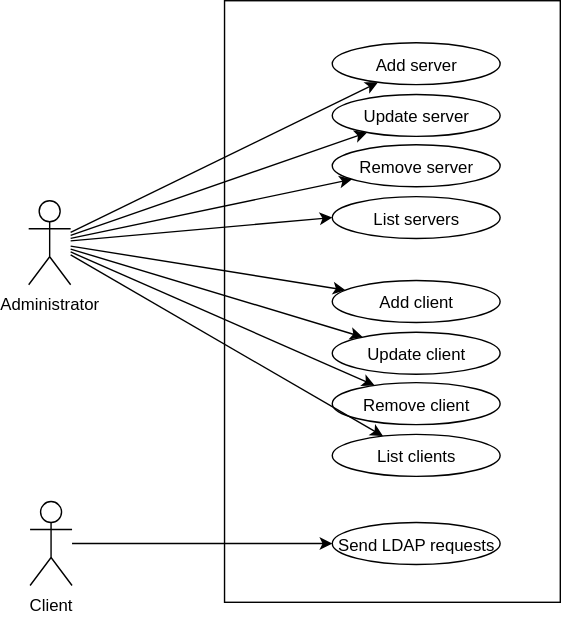
This is reports/usecase.drawio.svg from eutampieri/ldap-proxy, a draw.io export, as it was before one commit. Source tidied: cells renumbered, new cells last; positions are measured from the earlier drawing's top-left corner, leaving out a move shared by most shapes.
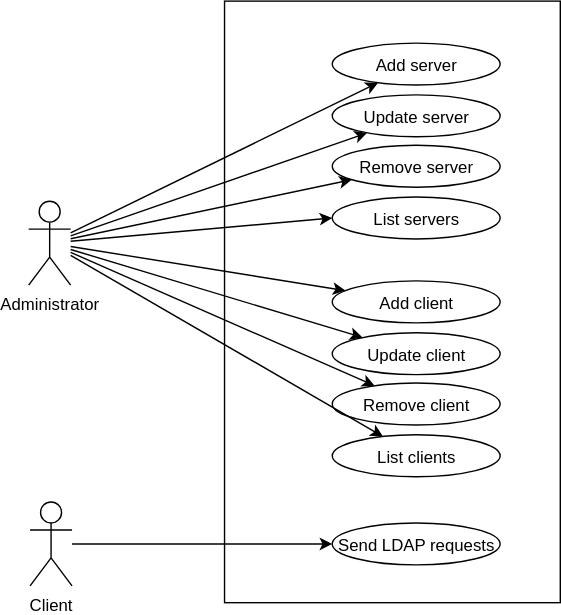
The same file after the commit.

The edit, as a diff of the source:
```diff
@@ -2,19 +2,19 @@
   <root>
     <mxCell id="0" />
     <mxCell id="1" parent="0" />
-    <mxCell id="2" style="rounded=0;whiteSpace=wrap;html=1;" parent="1" vertex="1">
+    <mxCell id="2" style="rounded=0;whiteSpace=wrap;html=1;convertToSvg=1;" parent="1" vertex="1">
       <mxGeometry x="140" width="240" height="430" as="geometry" />
     </mxCell>
-    <mxCell id="3" style="rounded=0;jettySize=auto;html=1;" parent="1" edge="1" source="7" target="8">
+    <mxCell id="3" style="rounded=0;jettySize=auto;html=1;convertToSvg=1;" parent="1" edge="1" source="7" target="8">
       <mxGeometry relative="1" as="geometry" />
     </mxCell>
-    <mxCell id="4" style="rounded=0;jettySize=auto;html=1;" parent="1" edge="1" source="7" target="9">
+    <mxCell id="4" style="rounded=0;jettySize=auto;html=1;convertToSvg=1;" parent="1" edge="1" source="7" target="9">
       <mxGeometry relative="1" as="geometry" />
     </mxCell>
-    <mxCell id="5" style="rounded=0;jettySize=auto;html=1;" parent="1" edge="1" source="7" target="10">
+    <mxCell id="5" style="rounded=0;jettySize=auto;html=1;convertToSvg=1;" parent="1" edge="1" source="7" target="10">
       <mxGeometry relative="1" as="geometry" />
     </mxCell>
-    <mxCell id="6" style="rounded=0;jettySize=auto;html=1;entryX=0;entryY=0.5;entryDx=0;entryDy=0;" parent="1" edge="1" source="7" target="11">
+    <mxCell id="6" style="rounded=0;jettySize=auto;html=1;entryX=0;entryY=0.5;entryDx=0;entryDy=0;convertToSvg=1;" parent="1" edge="1" source="7" target="11">
       <mxGeometry relative="1" as="geometry" />
     </mxCell>
     <mxCell id="7" value="Administrator" style="shape=umlActor;verticalLabelPosition=bottom;verticalAlign=top;html=1;convertToSvg=1;" parent="1" vertex="1">
@@ -44,19 +44,19 @@
     <mxCell id="15" value="List clients" style="ellipse;whiteSpace=wrap;html=1;convertToSvg=1;" parent="1" vertex="1">
       <mxGeometry x="217" y="310" width="120" height="30" as="geometry" />
     </mxCell>
-    <mxCell id="16" style="rounded=0;jettySize=auto;html=1;" parent="1" edge="1" source="7" target="12">
+    <mxCell id="16" style="rounded=0;jettySize=auto;html=1;convertToSvg=1;" parent="1" edge="1" source="7" target="12">
       <mxGeometry relative="1" as="geometry" />
     </mxCell>
-    <mxCell id="17" style="rounded=0;jettySize=auto;html=1;" parent="1" edge="1" source="7" target="13">
+    <mxCell id="17" style="rounded=0;jettySize=auto;html=1;convertToSvg=1;" parent="1" edge="1" source="7" target="13">
       <mxGeometry relative="1" as="geometry" />
     </mxCell>
-    <mxCell id="18" style="rounded=0;jettySize=auto;html=1;" parent="1" edge="1" source="7" target="14">
+    <mxCell id="18" style="rounded=0;jettySize=auto;html=1;convertToSvg=1;" parent="1" edge="1" source="7" target="14">
       <mxGeometry relative="1" as="geometry" />
     </mxCell>
-    <mxCell id="19" style="rounded=0;jettySize=auto;html=1;" parent="1" edge="1" source="7" target="15">
+    <mxCell id="19" style="rounded=0;jettySize=auto;html=1;convertToSvg=1;" parent="1" edge="1" source="7" target="15">
       <mxGeometry relative="1" as="geometry" />
     </mxCell>
-    <mxCell id="20" style="edgeStyle=orthogonalEdgeStyle;rounded=0;jettySize=auto;html=1;" parent="1" edge="1" source="22" target="21">
+    <mxCell id="20" style="edgeStyle=orthogonalEdgeStyle;rounded=0;jettySize=auto;html=1;convertToSvg=1;" parent="1" edge="1" source="22" target="21">
       <mxGeometry relative="1" as="geometry" />
     </mxCell>
     <mxCell id="21" value="Send LDAP requests" style="ellipse;whiteSpace=wrap;html=1;convertToSvg=1;" parent="1" vertex="1">
```
